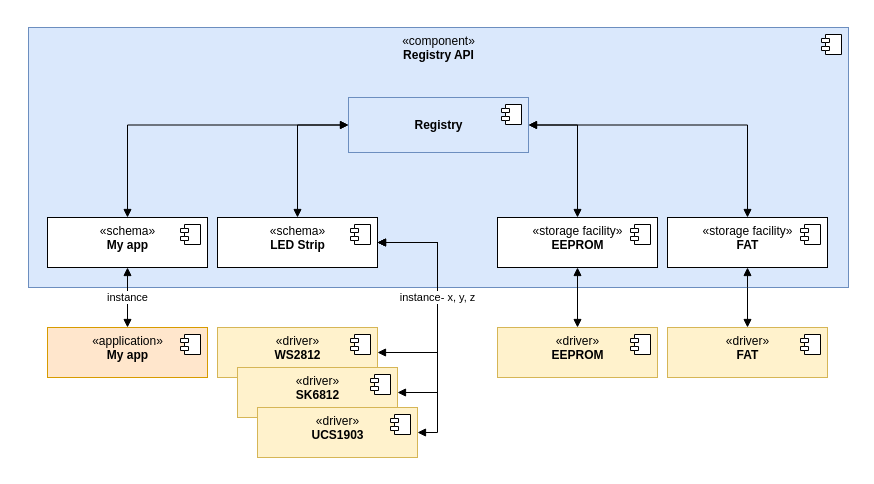
This is doc/drawio/components.drawio from LasseRosenow/riot-runtime-config, a draw.io file, before an edit. Source tidied: cells renumbered, new cells numbered last; positions are measured from the earlier drawing's top-left corner, leaving out a move shared by most shapes. Both pictures are drawn from the tidied source at 100%, with x=0, y=0 at pixel (17, 17).
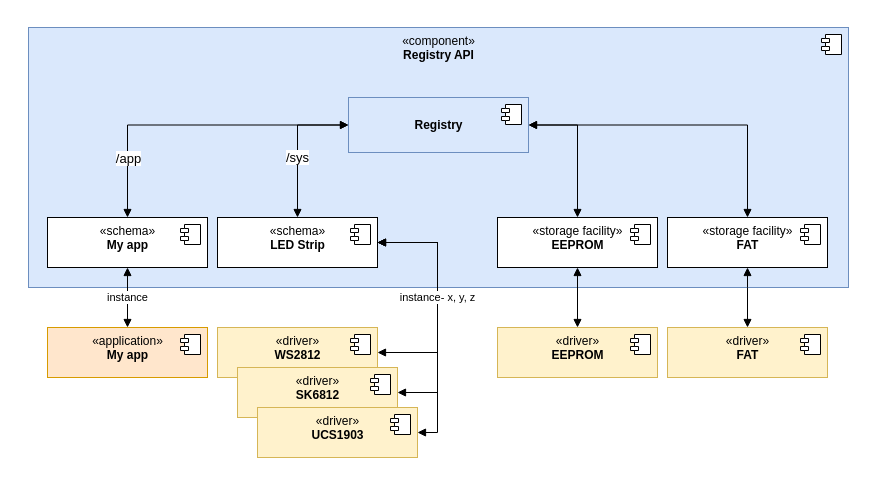
After the change.

Unchanged cells that the change refers to:
```xml
<mxCell id="7" value="«schema»&lt;br&gt;&lt;b&gt;LED Strip&lt;/b&gt;" style="html=1;verticalAlign=top;" parent="1" vertex="1">
  <mxGeometry x="200" y="200" width="160" height="50" as="geometry" />
</mxCell>
<mxCell id="9" value="&lt;b&gt;&lt;br&gt;Registry&lt;/b&gt;" style="html=1;verticalAlign=top;fillColor=#dae8fc;strokeColor=#6c8ebf;" parent="1" vertex="1">
  <mxGeometry x="331" y="80" width="180" height="55" as="geometry" />
</mxCell>
<mxCell id="11" style="endArrow=block;startArrow=block;endFill=1;startFill=1;html=1;edgeStyle=orthogonalEdgeStyle;rounded=0;entryX=0;entryY=0.5;entryDx=0;entryDy=0;" parent="1" edge="1" source="5" target="9">
  <mxGeometry relative="1" as="geometry">
    <Array as="points">
      <mxPoint x="110" y="108" />
    </Array>
  </mxGeometry>
</mxCell>
```

What changed in the source:
```diff
@@
+    <mxCell id="37" value="&lt;font style=&quot;font-size: 13px&quot;&gt;/app&lt;/font&gt;" style="edgeLabel;html=1;align=center;verticalAlign=middle;" parent="11" vertex="1">
+      <mxGeometry x="-0.6" y="3" relative="1" as="geometry">
+        <mxPoint x="3" y="3" as="offset" />
+      </mxGeometry>
+    </mxCell>
-    <mxCell id="12" style="endArrow=block;startArrow=block;endFill=1;startFill=1;html=1;edgeStyle=orthogonalEdgeStyle;rounded=0;entryX=0;entryY=0.5;entryDx=0;entryDy=0;" parent="1" edge="1" source="7" target="9">
-      <mxGeometry relative="1" as="geometry">
+    <mxCell id="12" value="&lt;font style=&quot;font-size: 13px&quot;&gt;/sys&lt;/font&gt;" style="endArrow=block;startArrow=block;endFill=1;startFill=1;html=1;edgeStyle=orthogonalEdgeStyle;rounded=0;entryX=0;entryY=0.5;entryDx=0;entryDy=0;" parent="1" edge="1" source="7" target="9">
+      <mxGeometry x="-0.16" relative="1" as="geometry">
         <Array as="points">
           <mxPoint x="280" y="108" />
         </Array>
       </mxGeometry>
     </mxCell>
```
